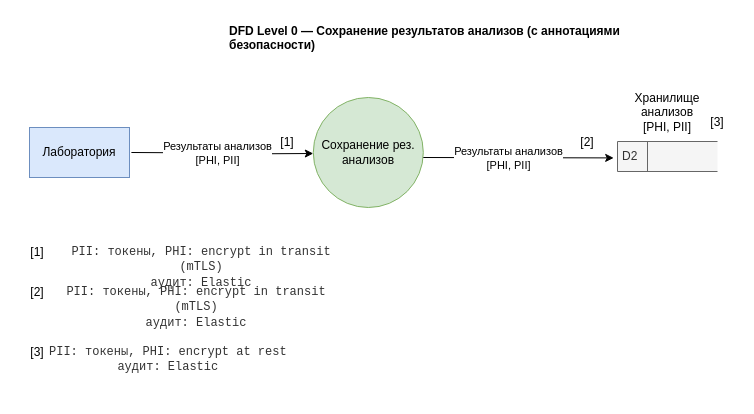
Before: Task1/data-flow-test-results-annotated.drawio in alents/architecture-medikamente, a draw.io diagram. Source tidied: cells renumbered, new cells numbered last; positions are measured from the earlier drawing's top-left corner, leaving out a move shared by most shapes. Both pictures are drawn from the tidied source at 100%, with x=0, y=0 at pixel (17, 17).
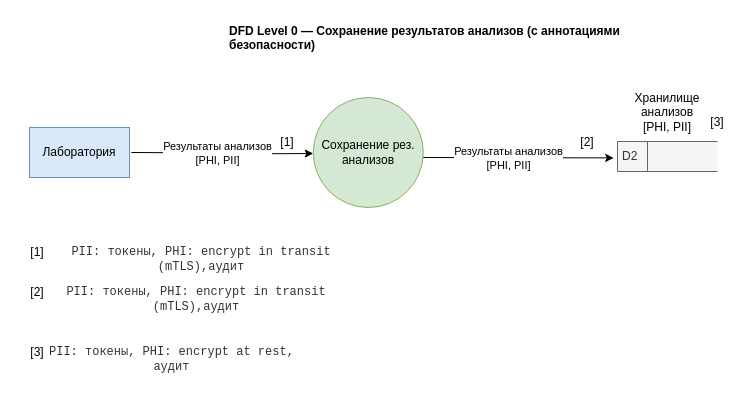
The same diagram, later.

The edit, as a diff of the source:
```diff
@@
-    <mxCell id="16" value="&lt;div style=&quot;text-align: center;&quot;&gt;&lt;font&gt;&lt;span style=&quot;color: rgb(51, 51, 51); font-family: &amp;quot;Courier New&amp;quot;;&quot;&gt;PII: токены, PHI: encrypt in transit (mTLS)&lt;/span&gt;&lt;br style=&quot;color: rgb(51, 51, 51); font-family: &amp;quot;Courier New&amp;quot;;&quot;&gt;&lt;span style=&quot;color: rgb(51, 51, 51); font-family: &amp;quot;Courier New&amp;quot;;&quot;&gt;аудит: Elastic&lt;/span&gt;&lt;/font&gt;&lt;/div&gt;" style="text;whiteSpace=wrap;html=1;" parent="1" vertex="1">
+    <mxCell id="16" value="&lt;div style=&quot;text-align: center;&quot;&gt;&lt;font&gt;&lt;span style=&quot;color: rgb(51, 51, 51); font-family: &amp;quot;Courier New&amp;quot;;&quot;&gt;PII: токены, PHI: encrypt in transit (mTLS),&lt;/span&gt;&lt;span style=&quot;color: rgb(51, 51, 51); font-family: &amp;quot;Courier New&amp;quot;;&quot;&gt;аудит&lt;/span&gt;&lt;br style=&quot;color: rgb(51, 51, 51); font-family: &amp;quot;Courier New&amp;quot;;&quot;&gt;&lt;br&gt;&lt;/font&gt;&lt;/div&gt;" style="text;whiteSpace=wrap;html=1;" parent="1" vertex="1">
       <mxGeometry x="34.5" y="220" width="295.6" height="60" as="geometry" />
     </mxCell>
-    <mxCell id="17" value="&lt;div style=&quot;text-align: center;&quot;&gt;&lt;font&gt;&lt;span style=&quot;color: rgb(51, 51, 51); font-family: &amp;quot;Courier New&amp;quot;;&quot;&gt;PII: токены, PHI: encrypt in transit (mTLS)&lt;/span&gt;&lt;br style=&quot;color: rgb(51, 51, 51); font-family: &amp;quot;Courier New&amp;quot;;&quot;&gt;&lt;span style=&quot;color: rgb(51, 51, 51); font-family: &amp;quot;Courier New&amp;quot;;&quot;&gt;аудит: Elastic&lt;/span&gt;&lt;/font&gt;&lt;/div&gt;" style="text;whiteSpace=wrap;html=1;" parent="1" vertex="1">
+    <mxCell id="17" value="&lt;div style=&quot;text-align: center;&quot;&gt;&lt;font&gt;&lt;span style=&quot;color: rgb(51, 51, 51); font-family: &amp;quot;Courier New&amp;quot;;&quot;&gt;PII: токены, PHI: encrypt in transit (mTLS),&lt;/span&gt;&lt;span style=&quot;color: rgb(51, 51, 51); font-family: &amp;quot;Courier New&amp;quot;;&quot;&gt;аудит&lt;/span&gt;&lt;br style=&quot;color: rgb(51, 51, 51); font-family: &amp;quot;Courier New&amp;quot;;&quot;&gt;&lt;br&gt;&lt;/font&gt;&lt;/div&gt;" style="text;whiteSpace=wrap;html=1;" parent="1" vertex="1">
       <mxGeometry x="30" y="260" width="295.6" height="60" as="geometry" />
     </mxCell>
@@
-    <mxCell id="19" value="&lt;div style=&quot;text-align: center;&quot;&gt;&lt;font&gt;&lt;span style=&quot;color: rgb(51, 51, 51); font-family: &amp;quot;Courier New&amp;quot;;&quot;&gt;PII: токены, PHI: encrypt at rest&lt;/span&gt;&lt;br style=&quot;color: rgb(51, 51, 51); font-family: &amp;quot;Courier New&amp;quot;;&quot;&gt;&lt;span style=&quot;color: rgb(51, 51, 51); font-family: &amp;quot;Courier New&amp;quot;;&quot;&gt;аудит: Elastic&lt;/span&gt;&lt;/font&gt;&lt;/div&gt;" style="text;whiteSpace=wrap;html=1;" parent="1" vertex="1">
+    <mxCell id="19" value="&lt;div style=&quot;text-align: center;&quot;&gt;&lt;font&gt;&lt;span style=&quot;color: rgb(51, 51, 51); font-family: &amp;quot;Courier New&amp;quot;;&quot;&gt;PII: токены, PHI: encrypt at rest,&lt;/span&gt;&lt;br style=&quot;color: rgb(51, 51, 51); font-family: &amp;quot;Courier New&amp;quot;;&quot;&gt;&lt;span style=&quot;color: rgb(51, 51, 51); font-family: &amp;quot;Courier New&amp;quot;;&quot;&gt;аудит&lt;/span&gt;&lt;/font&gt;&lt;/div&gt;" style="text;whiteSpace=wrap;html=1;" parent="1" vertex="1">
       <mxGeometry x="30" y="320" width="295.6" height="60" as="geometry" />
     </mxCell>
```
